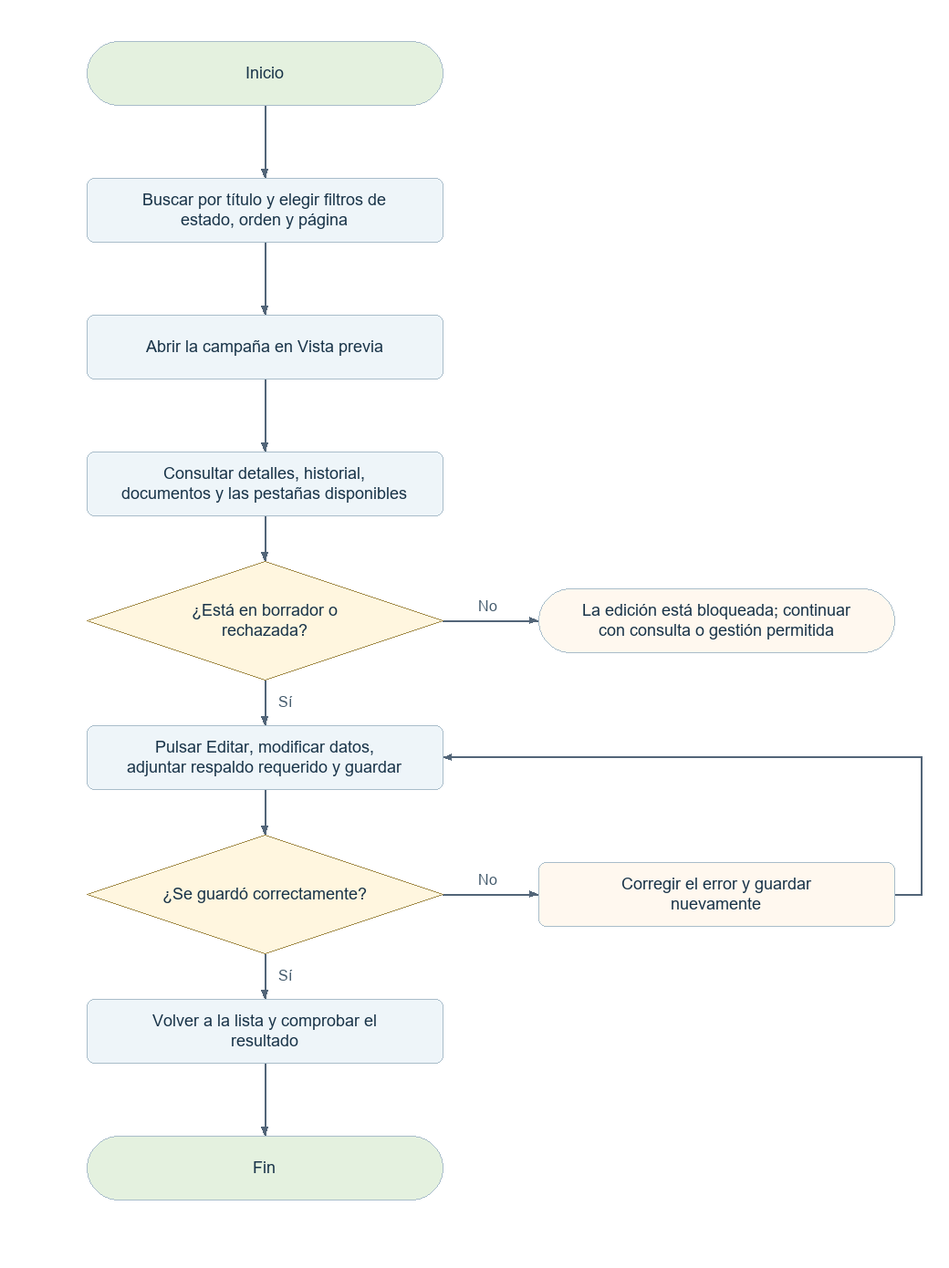
Above: docs/diagramas-web/png/E06.png in elingeyesdev/t3-crowdfunding-inversion (Mermaid), before the change. Its source is kept beside it as docs/diagramas-web/mermaid/E06.mmd.
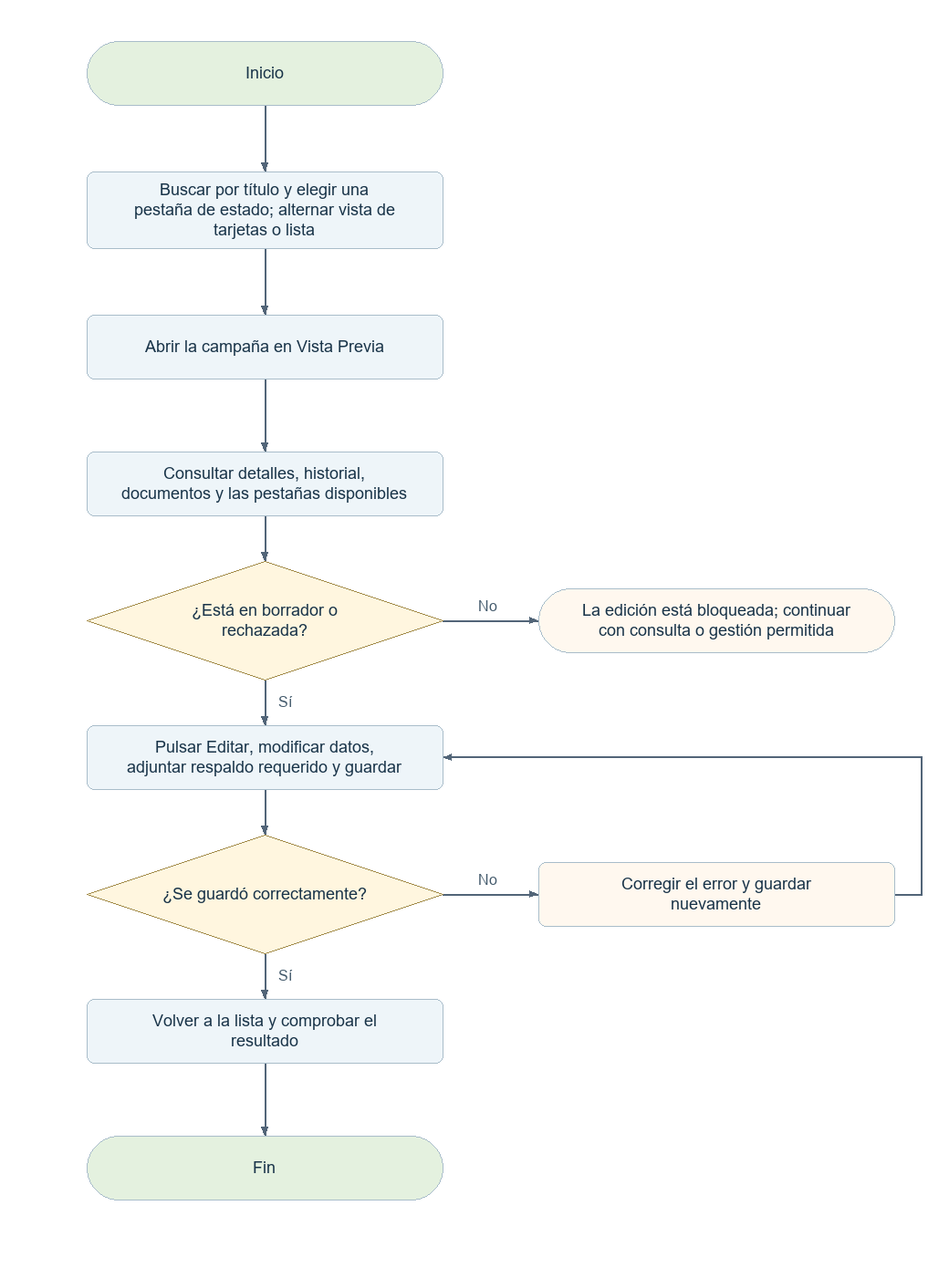
The same diagram one commit later.

Diff of the diagram source:
```diff
@@ -1,9 +1,9 @@
 flowchart TD
   N0(["Inicio"])
   N0 --> N1
-  N1["Buscar por título y elegir filtros de estado, orden y página"]
+  N1["Buscar por título y elegir una pestaña de estado; alternar vista de tarjetas o lista"]
   N1 --> N2
-  N2["Abrir la campaña en Vista previa"]
+  N2["Abrir la campaña en Vista Previa"]
   N2 --> N3
   N3["Consultar detalles, historial, documentos y las pestañas disponibles"]
   N3 --> N4
```
